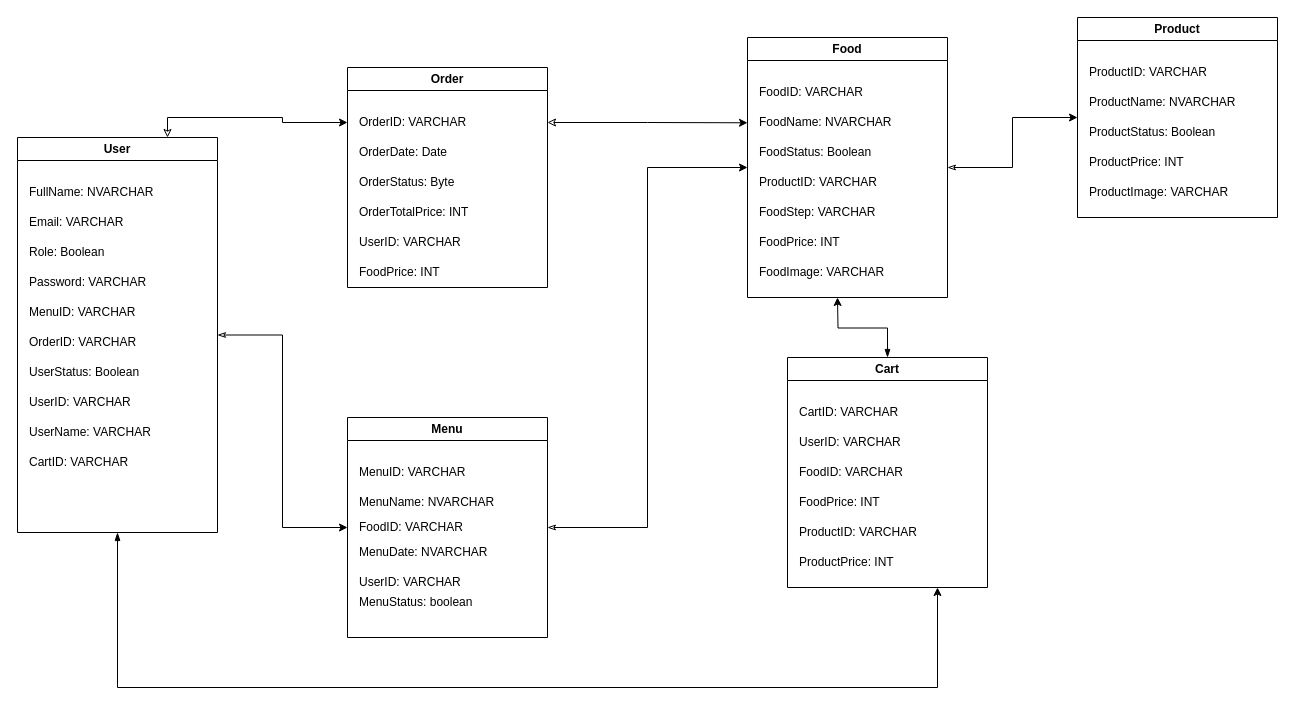
Earlier version of the draw.io diagram FoodyDone1.drawio (Tien-DT/Foody). Source tidied: cells renumbered, new cells numbered last; positions are measured from the earlier drawing's top-left corner, leaving out a move shared by most shapes. Both pictures are drawn from the tidied source at 100%, with x=0, y=0 at pixel (17, 17).
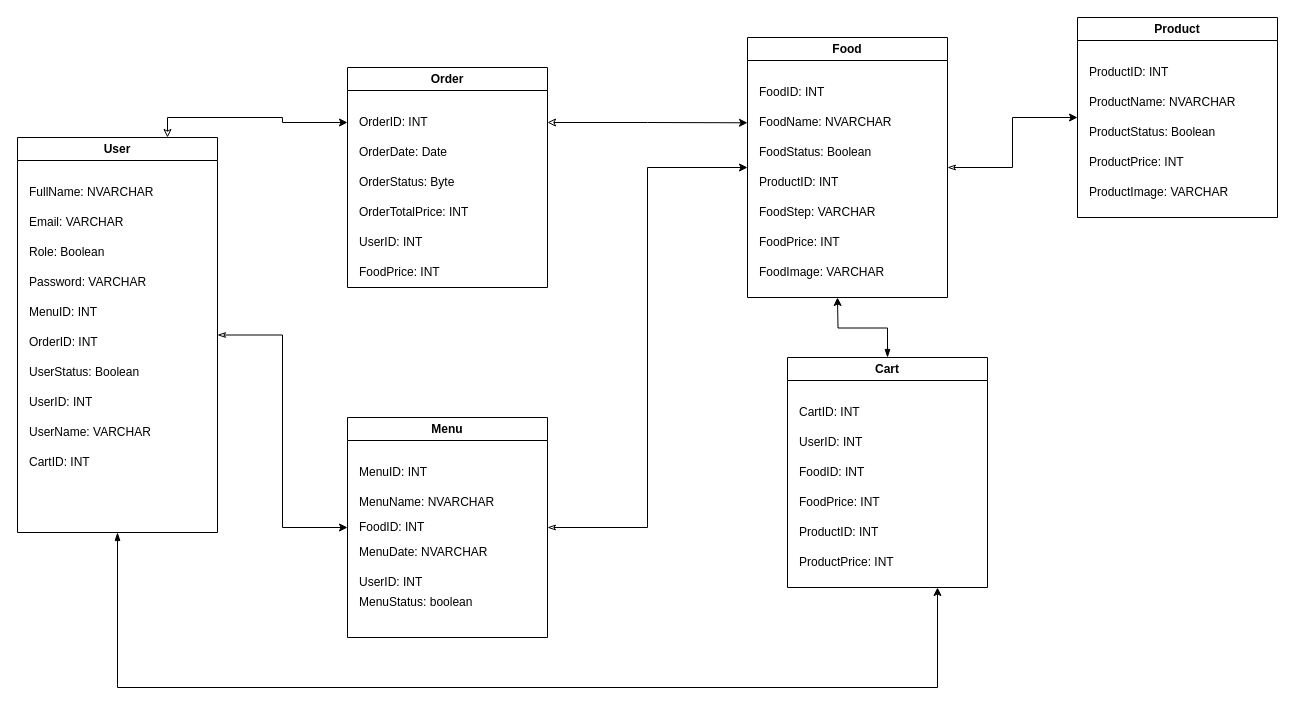
After the change.

Unchanged cells that the change refers to:
```xml
<mxCell id="5" value="User" style="swimlane;whiteSpace=wrap;html=1;" parent="1" vertex="1">
  <mxGeometry y="120" width="200" height="395" as="geometry" />
</mxCell>
<mxCell id="17" value="Menu" style="swimlane;whiteSpace=wrap;html=1;" parent="1" vertex="1">
  <mxGeometry x="330" y="400" width="200" height="220" as="geometry" />
</mxCell>
<mxCell id="25" value="Food" style="swimlane;whiteSpace=wrap;html=1;" parent="1" vertex="1">
  <mxGeometry x="730" y="20" width="200" height="260" as="geometry" />
</mxCell>
<mxCell id="33" value="Product" style="swimlane;whiteSpace=wrap;html=1;" parent="1" vertex="1">
  <mxGeometry x="1060" width="200" height="200" as="geometry" />
</mxCell>
<mxCell id="40" value="Order" style="swimlane;whiteSpace=wrap;html=1;" parent="1" vertex="1">
  <mxGeometry x="330" y="50" width="200" height="220" as="geometry" />
</mxCell>
<mxCell id="48" value="Cart" style="swimlane;whiteSpace=wrap;html=1;" parent="1" vertex="1">
  <mxGeometry x="770" y="340" width="200" height="230" as="geometry" />
</mxCell>
```

Diff of the diagram source:
```diff
@@
-    <mxCell id="10" value="MenuID: VARCHAR" style="text;html=1;align=left;verticalAlign=middle;whiteSpace=wrap;rounded=0;" parent="5" vertex="1">
+    <mxCell id="10" value="MenuID: INT" style="text;html=1;align=left;verticalAlign=middle;whiteSpace=wrap;rounded=0;" parent="5" vertex="1">
       <mxGeometry x="10" y="160" width="160" height="30" as="geometry" />
     </mxCell>
-    <mxCell id="11" value="OrderID: VARCHAR" style="text;html=1;align=left;verticalAlign=middle;whiteSpace=wrap;rounded=0;" parent="5" vertex="1">
+    <mxCell id="11" value="OrderID: INT" style="text;html=1;align=left;verticalAlign=middle;whiteSpace=wrap;rounded=0;" parent="5" vertex="1">
       <mxGeometry x="10" y="190" width="160" height="30" as="geometry" />
     </mxCell>
@@
-    <mxCell id="13" value="UserID: VARCHAR" style="text;html=1;align=left;verticalAlign=middle;whiteSpace=wrap;rounded=0;" parent="5" vertex="1">
+    <mxCell id="13" value="UserID: INT" style="text;html=1;align=left;verticalAlign=middle;whiteSpace=wrap;rounded=0;" parent="5" vertex="1">
       <mxGeometry x="10" y="250" width="160" height="30" as="geometry" />
     </mxCell>
@@
-    <mxCell id="15" value="CartID: VARCHAR" style="text;html=1;align=left;verticalAlign=middle;whiteSpace=wrap;rounded=0;" parent="5" vertex="1">
+    <mxCell id="15" value="CartID: INT" style="text;html=1;align=left;verticalAlign=middle;whiteSpace=wrap;rounded=0;" parent="5" vertex="1">
       <mxGeometry x="10" y="310" width="160" height="30" as="geometry" />
     </mxCell>
@@
-    <mxCell id="18" value="MenuID: VARCHAR" style="text;html=1;align=left;verticalAlign=middle;whiteSpace=wrap;rounded=0;" parent="17" vertex="1">
+    <mxCell id="18" value="MenuID: INT" style="text;html=1;align=left;verticalAlign=middle;whiteSpace=wrap;rounded=0;" parent="17" vertex="1">
       <mxGeometry x="10" y="40" width="160" height="30" as="geometry" />
     </mxCell>
-    <mxCell id="19" value="FoodID: VARCHAR" style="text;html=1;align=left;verticalAlign=middle;whiteSpace=wrap;rounded=0;" parent="17" vertex="1">
+    <mxCell id="19" value="FoodID: INT" style="text;html=1;align=left;verticalAlign=middle;whiteSpace=wrap;rounded=0;" parent="17" vertex="1">
       <mxGeometry x="10" y="95" width="160" height="30" as="geometry" />
     </mxCell>
@@
-    <mxCell id="21" value="UserID: VARCHAR" style="text;html=1;align=left;verticalAlign=middle;whiteSpace=wrap;rounded=0;" parent="17" vertex="1">
+    <mxCell id="21" value="UserID: INT" style="text;html=1;align=left;verticalAlign=middle;whiteSpace=wrap;rounded=0;" parent="17" vertex="1">
       <mxGeometry x="10" y="150" width="160" height="30" as="geometry" />
     </mxCell>
@@
-    <mxCell id="26" value="FoodID: VARCHAR" style="text;html=1;align=left;verticalAlign=middle;whiteSpace=wrap;rounded=0;" parent="25" vertex="1">
+    <mxCell id="26" value="FoodID: INT" style="text;html=1;align=left;verticalAlign=middle;whiteSpace=wrap;rounded=0;" parent="25" vertex="1">
       <mxGeometry x="10" y="40" width="160" height="30" as="geometry" />
     </mxCell>
@@
-    <mxCell id="29" value="ProductID: VARCHAR" style="text;html=1;align=left;verticalAlign=middle;whiteSpace=wrap;rounded=0;" parent="25" vertex="1">
+    <mxCell id="29" value="ProductID: INT" style="text;html=1;align=left;verticalAlign=middle;whiteSpace=wrap;rounded=0;" parent="25" vertex="1">
       <mxGeometry x="10" y="130" width="160" height="30" as="geometry" />
     </mxCell>
@@
-    <mxCell id="34" value="ProductID: VARCHAR" style="text;html=1;align=left;verticalAlign=middle;whiteSpace=wrap;rounded=0;" parent="33" vertex="1">
+    <mxCell id="34" value="ProductID: INT" style="text;html=1;align=left;verticalAlign=middle;whiteSpace=wrap;rounded=0;" parent="33" vertex="1">
       <mxGeometry x="10" y="40" width="160" height="30" as="geometry" />
     </mxCell>
@@
-    <mxCell id="41" value="OrderID: VARCHAR" style="text;html=1;align=left;verticalAlign=middle;whiteSpace=wrap;rounded=0;" parent="40" vertex="1">
+    <mxCell id="41" value="OrderID: INT" style="text;html=1;align=left;verticalAlign=middle;whiteSpace=wrap;rounded=0;" parent="40" vertex="1">
       <mxGeometry x="10" y="40" width="160" height="30" as="geometry" />
     </mxCell>
@@
-    <mxCell id="45" value="UserID: VARCHAR" style="text;html=1;align=left;verticalAlign=middle;whiteSpace=wrap;rounded=0;" parent="40" vertex="1">
+    <mxCell id="45" value="UserID: INT" style="text;html=1;align=left;verticalAlign=middle;whiteSpace=wrap;rounded=0;" parent="40" vertex="1">
       <mxGeometry x="10" y="160" width="160" height="30" as="geometry" />
     </mxCell>
@@
-    <mxCell id="49" value="CartID: VARCHAR" style="text;html=1;align=left;verticalAlign=middle;whiteSpace=wrap;rounded=0;" parent="48" vertex="1">
+    <mxCell id="49" value="CartID: INT" style="text;html=1;align=left;verticalAlign=middle;whiteSpace=wrap;rounded=0;" parent="48" vertex="1">
       <mxGeometry x="10" y="40" width="160" height="30" as="geometry" />
     </mxCell>
-    <mxCell id="50" value="UserID: VARCHAR" style="text;html=1;align=left;verticalAlign=middle;whiteSpace=wrap;rounded=0;" parent="48" vertex="1">
+    <mxCell id="50" value="UserID: INT" style="text;html=1;align=left;verticalAlign=middle;whiteSpace=wrap;rounded=0;" parent="48" vertex="1">
       <mxGeometry x="10" y="70" width="160" height="30" as="geometry" />
     </mxCell>
-    <mxCell id="51" value="FoodID: VARCHAR" style="text;html=1;align=left;verticalAlign=middle;whiteSpace=wrap;rounded=0;" parent="48" vertex="1">
+    <mxCell id="51" value="FoodID: INT" style="text;html=1;align=left;verticalAlign=middle;whiteSpace=wrap;rounded=0;" parent="48" vertex="1">
       <mxGeometry x="10" y="100" width="160" height="30" as="geometry" />
     </mxCell>
-    <mxCell id="52" value="ProductID: VARCHAR" style="text;html=1;align=left;verticalAlign=middle;whiteSpace=wrap;rounded=0;" parent="48" vertex="1">
+    <mxCell id="52" value="ProductID: INT" style="text;html=1;align=left;verticalAlign=middle;whiteSpace=wrap;rounded=0;" parent="48" vertex="1">
       <mxGeometry x="10" y="160" width="160" height="30" as="geometry" />
     </mxCell>
```
